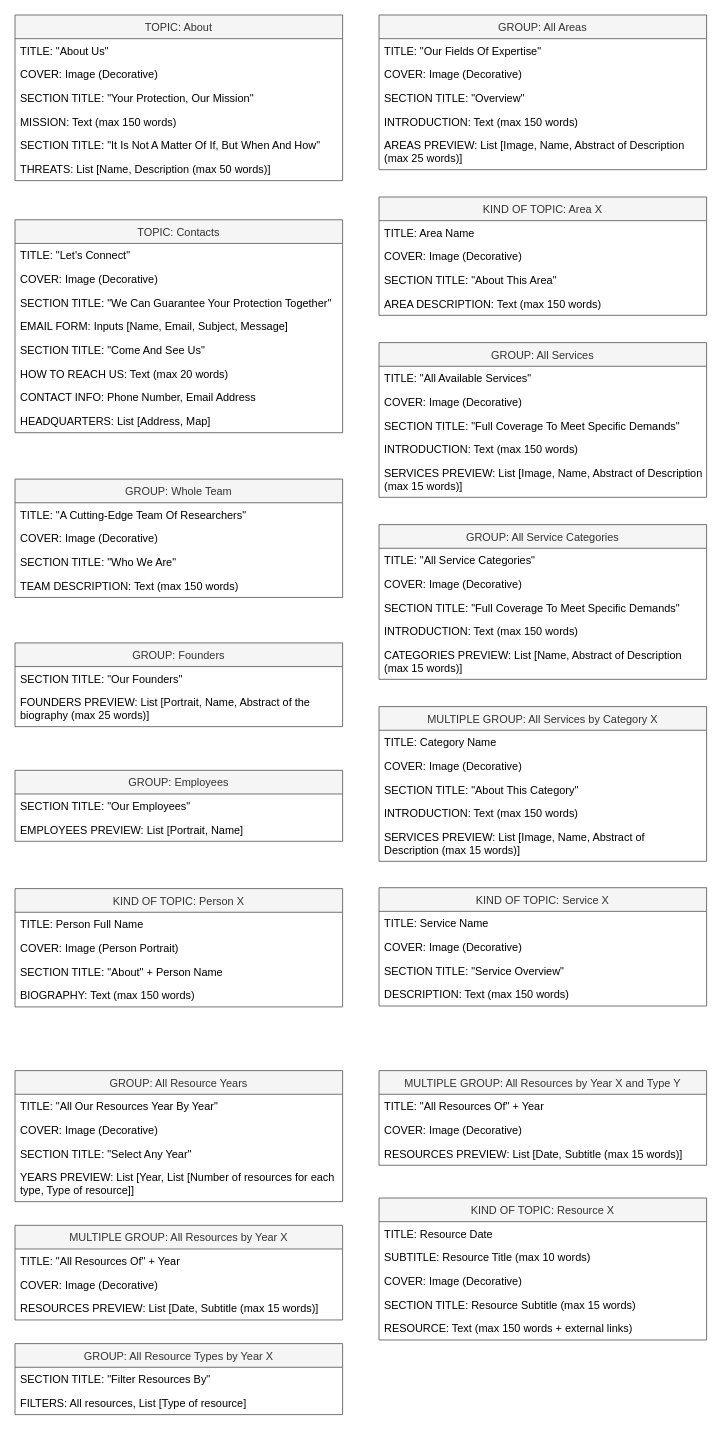
Before: page "C-IDM Small" (2 of 3) of design document/models/C-IDM + Mapping.drawio in lorenzofratus/secure-network-rebrand, a draw.io diagram. Source tidied: cells renumbered, new cells numbered last; positions are measured from the earlier drawing's top-left corner, leaving out a move shared by most shapes. Both pictures are drawn from the tidied source at 91%, with x=0, y=0 at pixel (15, 15).
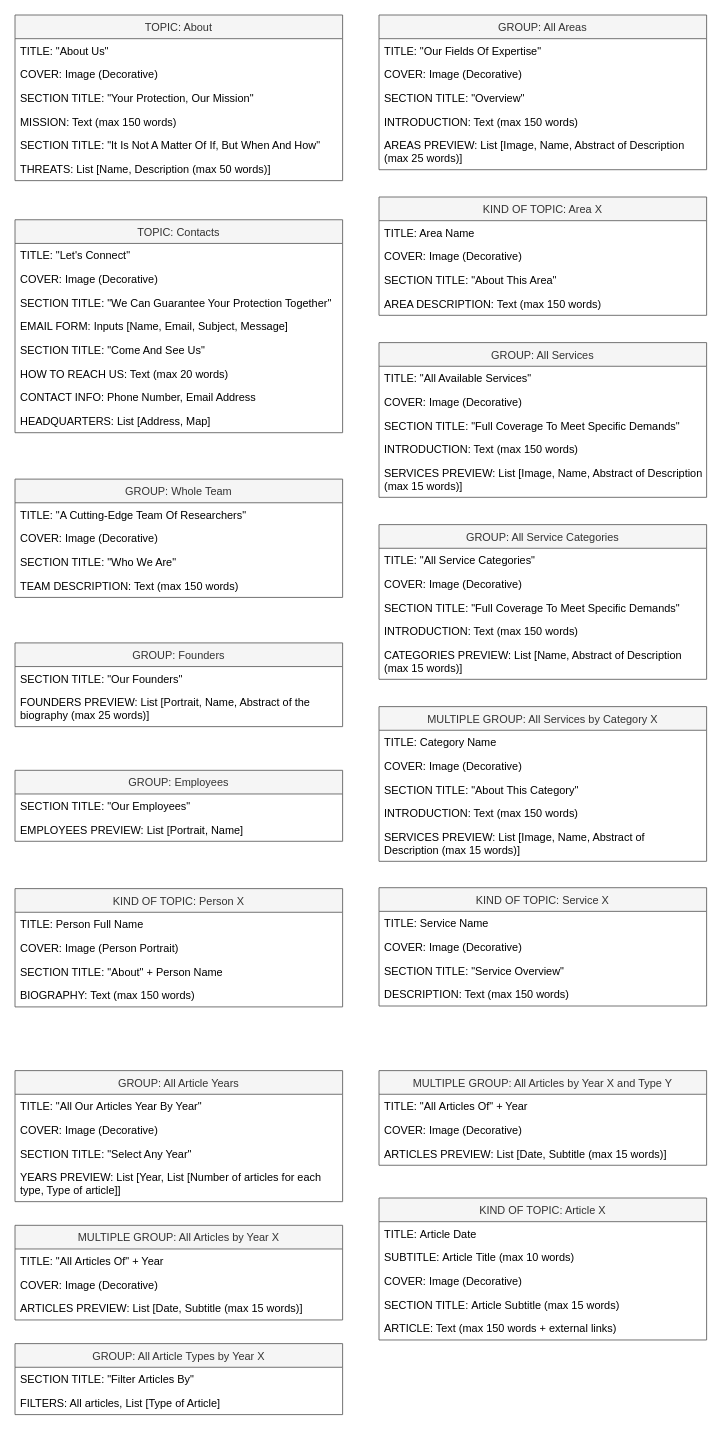
The same diagram, later.

Commit message (it also covers changes not shown here):
rename Resources into Articles on documentation

Diff of the diagram source:
```diff
@@
-    <mxCell id="68" value="GROUP: All Resource Years" style="swimlane;fontStyle=0;horizontal=1;startSize=26;align=center;fillColor=#f5f5f5;strokeColor=#666666;fontColor=#333333;" parent="1" vertex="1">
+    <mxCell id="68" value="GROUP: All Article Years" style="swimlane;fontStyle=0;horizontal=1;startSize=26;align=center;fillColor=#f5f5f5;strokeColor=#666666;fontColor=#333333;" parent="1" vertex="1">
       <mxGeometry y="1160" width="360" height="144" as="geometry" />
     </mxCell>
-    <mxCell id="69" value="TITLE: &quot;All Our Resources Year By Year&quot;" style="text;align=left;verticalAlign=top;spacingLeft=4;spacingRight=4;overflow=hidden;fontStyle=0;" parent="68" vertex="1">
+    <mxCell id="69" value="TITLE: &quot;All Our Articles Year By Year&quot;" style="text;align=left;verticalAlign=top;spacingLeft=4;spacingRight=4;overflow=hidden;fontStyle=0;" parent="68" vertex="1">
       <mxGeometry y="26" width="360" height="26" as="geometry" />
     </mxCell>
@@
-    <mxCell id="72" value="YEARS PREVIEW: List [Year, List [Number of resources for each &#10;type, Type of resource]]" style="text;align=left;verticalAlign=top;spacingLeft=4;spacingRight=4;overflow=hidden;" parent="68" vertex="1">
+    <mxCell id="72" value="YEARS PREVIEW: List [Year, List [Number of articles for each &#10;type, Type of article]]" style="text;align=left;verticalAlign=top;spacingLeft=4;spacingRight=4;overflow=hidden;" parent="68" vertex="1">
       <mxGeometry y="104" width="360" height="40" as="geometry" />
     </mxCell>
-    <mxCell id="73" value="MULTIPLE GROUP: All Resources by Year X" style="swimlane;fontStyle=0;horizontal=1;startSize=26;align=center;fillColor=#f5f5f5;strokeColor=#666666;fontColor=#333333;" parent="1" vertex="1">
+    <mxCell id="73" value="MULTIPLE GROUP: All Articles by Year X" style="swimlane;fontStyle=0;horizontal=1;startSize=26;align=center;fillColor=#f5f5f5;strokeColor=#666666;fontColor=#333333;" parent="1" vertex="1">
       <mxGeometry y="1330" width="360" height="104" as="geometry" />
     </mxCell>
-    <mxCell id="74" value="TITLE: &quot;All Resources Of&quot; + Year" style="text;align=left;verticalAlign=top;spacingLeft=4;spacingRight=4;overflow=hidden;fontStyle=0;" parent="73" vertex="1">
+    <mxCell id="74" value="TITLE: &quot;All Articles Of&quot; + Year" style="text;align=left;verticalAlign=top;spacingLeft=4;spacingRight=4;overflow=hidden;fontStyle=0;" parent="73" vertex="1">
       <mxGeometry y="26" width="360" height="26" as="geometry" />
     </mxCell>
@@
-    <mxCell id="76" value="RESOURCES PREVIEW: List [Date, Subtitle (max 15 words)]" style="text;align=left;verticalAlign=top;spacingLeft=4;spacingRight=4;overflow=hidden;" parent="73" vertex="1">
+    <mxCell id="76" value="ARTICLES PREVIEW: List [Date, Subtitle (max 15 words)]" style="text;align=left;verticalAlign=top;spacingLeft=4;spacingRight=4;overflow=hidden;" parent="73" vertex="1">
       <mxGeometry y="78" width="360" height="26" as="geometry" />
     </mxCell>
-    <mxCell id="77" value="GROUP: All Resource Types by Year X" style="swimlane;fontStyle=0;horizontal=1;startSize=26;align=center;fillColor=#f5f5f5;strokeColor=#666666;fontColor=#333333;" parent="1" vertex="1">
+    <mxCell id="77" value="GROUP: All Article Types by Year X" style="swimlane;fontStyle=0;horizontal=1;startSize=26;align=center;fillColor=#f5f5f5;strokeColor=#666666;fontColor=#333333;" parent="1" vertex="1">
       <mxGeometry y="1460" width="360" height="78" as="geometry" />
     </mxCell>
-    <mxCell id="78" value="SECTION TITLE: &quot;Filter Resources By&quot;" style="text;align=left;verticalAlign=top;spacingLeft=4;spacingRight=4;overflow=hidden;" parent="77" vertex="1">
+    <mxCell id="78" value="SECTION TITLE: &quot;Filter Articles By&quot;" style="text;align=left;verticalAlign=top;spacingLeft=4;spacingRight=4;overflow=hidden;" parent="77" vertex="1">
       <mxGeometry y="26" width="360" height="26" as="geometry" />
     </mxCell>
-    <mxCell id="79" value="FILTERS: All resources, List [Type of resource]" style="text;align=left;verticalAlign=top;spacingLeft=4;spacingRight=4;overflow=hidden;" parent="77" vertex="1">
+    <mxCell id="79" value="FILTERS: All articles, List [Type of Article]" style="text;align=left;verticalAlign=top;spacingLeft=4;spacingRight=4;overflow=hidden;" parent="77" vertex="1">
       <mxGeometry y="52" width="360" height="26" as="geometry" />
     </mxCell>
-    <mxCell id="80" value="MULTIPLE GROUP: All Resources by Year X and Type Y" style="swimlane;fontStyle=0;horizontal=1;startSize=26;align=center;fillColor=#f5f5f5;strokeColor=#666666;fontColor=#333333;" parent="1" vertex="1">
+    <mxCell id="80" value="MULTIPLE GROUP: All Articles by Year X and Type Y" style="swimlane;fontStyle=0;horizontal=1;startSize=26;align=center;fillColor=#f5f5f5;strokeColor=#666666;fontColor=#333333;" parent="1" vertex="1">
       <mxGeometry x="400" y="1160" width="360" height="104" as="geometry" />
     </mxCell>
-    <mxCell id="81" value="TITLE: &quot;All Resources Of&quot; + Year" style="text;align=left;verticalAlign=top;spacingLeft=4;spacingRight=4;overflow=hidden;fontStyle=0;" parent="80" vertex="1">
+    <mxCell id="81" value="TITLE: &quot;All Articles Of&quot; + Year" style="text;align=left;verticalAlign=top;spacingLeft=4;spacingRight=4;overflow=hidden;fontStyle=0;" parent="80" vertex="1">
       <mxGeometry y="26" width="360" height="26" as="geometry" />
     </mxCell>
@@
-    <mxCell id="83" value="RESOURCES PREVIEW: List [Date, Subtitle (max 15 words)]" style="text;align=left;verticalAlign=top;spacingLeft=4;spacingRight=4;overflow=hidden;" parent="80" vertex="1">
+    <mxCell id="83" value="ARTICLES PREVIEW: List [Date, Subtitle (max 15 words)]" style="text;align=left;verticalAlign=top;spacingLeft=4;spacingRight=4;overflow=hidden;" parent="80" vertex="1">
       <mxGeometry y="78" width="360" height="26" as="geometry" />
     </mxCell>
-    <mxCell id="84" value="KIND OF TOPIC: Resource X" style="swimlane;fontStyle=0;horizontal=1;startSize=26;align=center;fillColor=#f5f5f5;strokeColor=#666666;fontColor=#333333;" parent="1" vertex="1">
+    <mxCell id="84" value="KIND OF TOPIC: Article X" style="swimlane;fontStyle=0;horizontal=1;startSize=26;align=center;fillColor=#f5f5f5;strokeColor=#666666;fontColor=#333333;" parent="1" vertex="1">
       <mxGeometry x="400" y="1300" width="360" height="156" as="geometry" />
     </mxCell>
-    <mxCell id="85" value="TITLE: Resource Date" style="text;align=left;verticalAlign=top;spacingLeft=4;spacingRight=4;overflow=hidden;fontStyle=0;" parent="84" vertex="1">
+    <mxCell id="85" value="TITLE: Article Date" style="text;align=left;verticalAlign=top;spacingLeft=4;spacingRight=4;overflow=hidden;fontStyle=0;" parent="84" vertex="1">
       <mxGeometry y="26" width="360" height="26" as="geometry" />
     </mxCell>
-    <mxCell id="86" value="SUBTITLE: Resource Title (max 10 words)" style="text;align=left;verticalAlign=top;spacingLeft=4;spacingRight=4;overflow=hidden;fontStyle=0;" parent="84" vertex="1">
+    <mxCell id="86" value="SUBTITLE: Article Title (max 10 words)" style="text;align=left;verticalAlign=top;spacingLeft=4;spacingRight=4;overflow=hidden;fontStyle=0;" parent="84" vertex="1">
       <mxGeometry y="52" width="360" height="26" as="geometry" />
     </mxCell>
@@
-    <mxCell id="88" value="SECTION TITLE: Resource Subtitle (max 15 words)" style="text;align=left;verticalAlign=top;spacingLeft=4;spacingRight=4;overflow=hidden;" parent="84" vertex="1">
+    <mxCell id="88" value="SECTION TITLE: Article Subtitle (max 15 words)" style="text;align=left;verticalAlign=top;spacingLeft=4;spacingRight=4;overflow=hidden;" parent="84" vertex="1">
       <mxGeometry y="104" width="360" height="26" as="geometry" />
     </mxCell>
-    <mxCell id="89" value="RESOURCE: Text (max 150 words + external links)" style="text;align=left;verticalAlign=top;spacingLeft=4;spacingRight=4;overflow=hidden;" parent="84" vertex="1">
+    <mxCell id="89" value="ARTICLE: Text (max 150 words + external links)" style="text;align=left;verticalAlign=top;spacingLeft=4;spacingRight=4;overflow=hidden;" parent="84" vertex="1">
       <mxGeometry y="130" width="360" height="26" as="geometry" />
     </mxCell>
```
